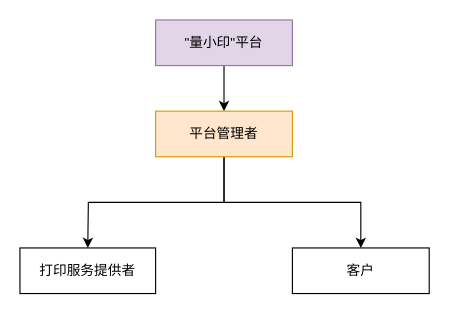
Earlier version of the draw.io diagram 组织结构.drawio (domexie/cjlu.ink.drawio). Source tidied: cells renumbered, new cells numbered last; positions are measured from the earlier drawing's top-left corner, leaving out a move shared by most shapes. Both pictures are drawn from the tidied source at 114%, with x=0, y=0 at pixel (19, 19).
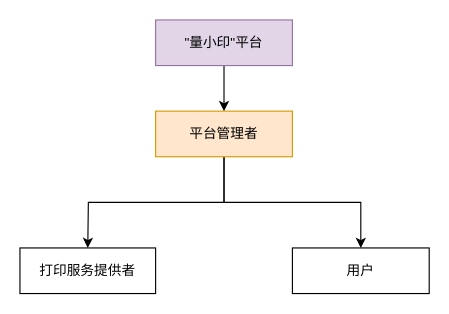
The same page after the edit.

Commit message:
更新组织结构.drawio

Change to the diagram source:
```diff
@@
 <mxGraphModel>
   <root>
     <mxCell id="0" />
     <mxCell id="1" parent="0" />
     <mxCell id="2" style="edgeStyle=none;rounded=0;jettySize=auto;html=1;exitX=0.5;exitY=1;exitDx=0;exitDy=0;entryX=0.5;entryY=0;entryDx=0;entryDy=0;fontFamily=Helvetica;fontSize=12;fontColor=default;" parent="1" edge="1" source="3" target="6">
       <mxGeometry relative="1" as="geometry" />
     </mxCell>
     <mxCell id="3" value="&quot;量小印&quot;平台" style="rounded=0;whiteSpace=wrap;html=1;fillColor=#e1d5e7;strokeColor=#9673a6;" parent="1" vertex="1">
       <mxGeometry x="119" width="120" height="40" as="geometry" />
     </mxCell>
     <mxCell id="4" style="edgeStyle=none;rounded=0;jettySize=auto;html=1;exitX=0.5;exitY=1;exitDx=0;exitDy=0;entryX=0.5;entryY=0;entryDx=0;entryDy=0;fontFamily=Helvetica;fontSize=12;fontColor=default;" parent="1" edge="1" source="6" target="7">
       <mxGeometry relative="1" as="geometry">
         <Array as="points">
           <mxPoint x="179" y="160" />
           <mxPoint x="60" y="160" />
         </Array>
       </mxGeometry>
     </mxCell>
     <mxCell id="5" style="edgeStyle=none;rounded=0;jettySize=auto;html=1;exitX=0.5;exitY=1;exitDx=0;exitDy=0;entryX=0.5;entryY=0;entryDx=0;entryDy=0;fontFamily=Helvetica;fontSize=12;fontColor=default;" parent="1" edge="1" source="6" target="8">
       <mxGeometry relative="1" as="geometry">
         <Array as="points">
           <mxPoint x="179" y="160" />
           <mxPoint x="299" y="160" />
         </Array>
       </mxGeometry>
     </mxCell>
     <mxCell id="6" value="平台管理者" style="rounded=0;whiteSpace=wrap;html=1;fillColor=#ffe6cc;strokeColor=#d79b00;" parent="1" vertex="1">
       <mxGeometry x="119" y="80" width="120" height="40" as="geometry" />
     </mxCell>
     <mxCell id="7" value="打印服务提供者" style="rounded=0;whiteSpace=wrap;html=1;" parent="1" vertex="1">
       <mxGeometry y="200" width="119" height="40" as="geometry" />
     </mxCell>
-    <mxCell id="8" value="客户" style="rounded=0;whiteSpace=wrap;html=1;align=center;verticalAlign=middle;fontFamily=Helvetica;fontSize=12;" parent="1" vertex="1">
+    <mxCell id="8" value="用户" style="rounded=0;whiteSpace=wrap;html=1;align=center;verticalAlign=middle;fontFamily=Helvetica;fontSize=12;" parent="1" vertex="1">
       <mxGeometry x="239" y="200" width="120" height="40" as="geometry" />
     </mxCell>
   </root>
 </mxGraphModel>
```
